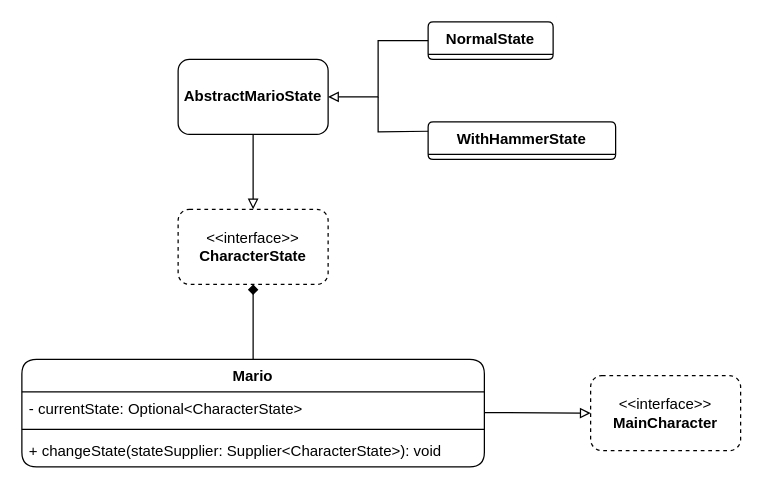
Before: report/drawio/MarioState.drawio in unibo-oop-projects/OOP24-AlessandroRebosio-FilippoRicciotti-Grace-GraziaBochdanovits-RenovateBot-coffeBreak, a draw.io diagram. Source tidied: cells renumbered, new cells numbered last; positions are measured from the earlier drawing's top-left corner, leaving out a move shared by most shapes. Both pictures are drawn from the tidied source at 125%, with x=0, y=0 at pixel (21, 21).
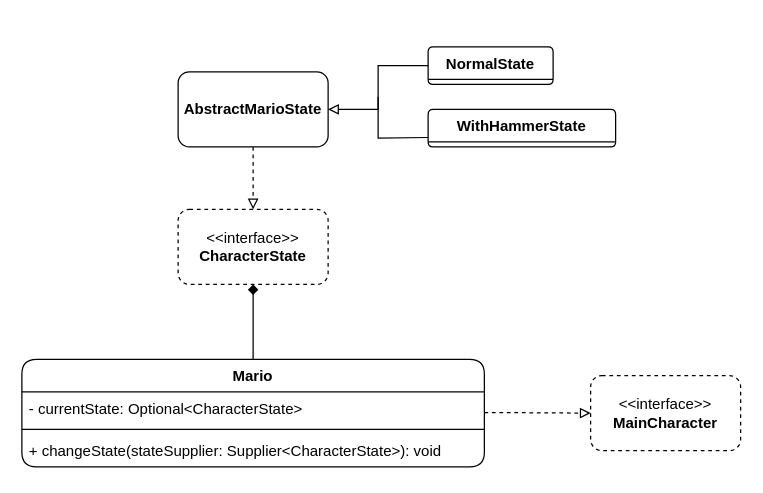
After the change.

What changed in the source:
```diff
@@
 <mxGraphModel>
   <root>
     <mxCell id="0" />
     <mxCell id="1" parent="0" />
     <mxCell id="2" value="&amp;lt;&amp;lt;interface&amp;gt;&amp;gt;&lt;div&gt;&lt;b&gt;CharacterState&lt;/b&gt;&lt;/div&gt;" style="rounded=1;whiteSpace=wrap;html=1;dashed=1;" parent="1" vertex="1">
       <mxGeometry x="125" y="150" width="120" height="60" as="geometry" />
     </mxCell>
     <mxCell id="3" value="&amp;lt;&amp;lt;interface&amp;gt;&amp;gt;&lt;div&gt;&lt;b&gt;MainCharacter&lt;/b&gt;&lt;/div&gt;" style="rounded=1;whiteSpace=wrap;html=1;dashed=1;" parent="1" vertex="1">
       <mxGeometry x="455" y="283" width="120" height="60" as="geometry" />
     </mxCell>
     <mxCell id="4" value="WithHammerState" style="swimlane;fontStyle=1;align=center;verticalAlign=top;horizontal=1;startSize=26;whiteSpace=wrap;html=1;rounded=1;" parent="1" vertex="1">
-      <mxGeometry x="325" y="80" width="150" height="30" as="geometry" />
+      <mxGeometry x="325" y="70" width="150" height="30" as="geometry" />
     </mxCell>
     <mxCell id="5" value="Mario" style="swimlane;fontStyle=1;align=center;verticalAlign=top;horizontal=1;startSize=26;whiteSpace=wrap;html=1;rounded=1;" parent="1" vertex="1">
       <mxGeometry y="270" width="370" height="86" as="geometry" />
     </mxCell>
     <mxCell id="6" value="- currentState: Optional&amp;lt;CharacterState&amp;gt;" style="text;strokeColor=none;fillColor=none;align=left;verticalAlign=top;spacingLeft=4;spacingRight=4;overflow=hidden;whiteSpace=wrap;html=1;" parent="5" vertex="1">
       <mxGeometry y="26" width="370" height="26" as="geometry" />
     </mxCell>
     <mxCell id="7" style="line;strokeWidth=1;fillColor=none;align=left;verticalAlign=middle;spacingTop=-1;spacingLeft=3;spacingRight=3;labelPosition=right;strokeColor=inherit;" parent="5" vertex="1">
       <mxGeometry y="52" width="370" height="8" as="geometry" />
     </mxCell>
     <mxCell id="8" value="+ changeState(stateSupplier: Supplier&amp;lt;CharacterState&amp;gt;): void" style="text;strokeColor=none;fillColor=none;align=left;verticalAlign=top;spacingLeft=4;spacingRight=4;overflow=hidden;whiteSpace=wrap;html=1;" parent="5" vertex="1">
       <mxGeometry y="60" width="370" height="26" as="geometry" />
     </mxCell>
     <mxCell id="9" value="&lt;b&gt;AbstractMarioState&lt;/b&gt;" style="html=1;whiteSpace=wrap;rounded=1;" parent="1" vertex="1">
-      <mxGeometry x="125" y="30" width="120" height="60" as="geometry" />
+      <mxGeometry x="125" y="40" width="120" height="60" as="geometry" />
     </mxCell>
     <mxCell id="10" value="NormalState" style="swimlane;fontStyle=1;align=center;verticalAlign=top;horizontal=1;startSize=26;whiteSpace=wrap;html=1;rounded=1;" parent="1" vertex="1">
-      <mxGeometry x="325" width="100" height="30" as="geometry" />
+      <mxGeometry x="325" y="20" width="100" height="30" as="geometry" />
     </mxCell>
-    <mxCell id="11" style="endArrow=block;html=1;rounded=0;endFill=0;entryX=0;entryY=0.5;entryDx=0;entryDy=0;" parent="1" edge="1" target="3">
+    <mxCell id="11" style="endArrow=block;html=1;rounded=0;endFill=0;entryX=0;entryY=0.5;entryDx=0;entryDy=0;dashed=1;" parent="1" edge="1" target="3">
       <mxGeometry relative="1" as="geometry">
         <mxPoint x="370" y="312.5" as="sourcePoint" />
       </mxGeometry>
     </mxCell>
-    <mxCell id="12" style="endArrow=block;html=1;rounded=0;exitX=0.5;exitY=1;exitDx=0;exitDy=0;entryX=0.5;entryY=0;entryDx=0;entryDy=0;endFill=0;" parent="1" edge="1" source="9" target="2">
+    <mxCell id="12" style="endArrow=block;html=1;rounded=0;exitX=0.5;exitY=1;exitDx=0;exitDy=0;entryX=0.5;entryY=0;entryDx=0;entryDy=0;endFill=0;dashed=1;" parent="1" edge="1" source="9" target="2">
       <mxGeometry relative="1" as="geometry" />
     </mxCell>
     <mxCell id="13" style="endArrow=diamond;html=1;rounded=0;exitX=0.5;exitY=0;exitDx=0;exitDy=0;entryX=0.5;entryY=1;entryDx=0;entryDy=0;endFill=1;" parent="1" edge="1" source="5" target="2">
       <mxGeometry relative="1" as="geometry" />
     </mxCell>
     <mxCell id="14" style="endArrow=block;html=1;rounded=0;exitX=0;exitY=0.5;exitDx=0;exitDy=0;entryX=1;entryY=0.5;entryDx=0;entryDy=0;endFill=0;" parent="1" edge="1" source="10" target="9">
       <mxGeometry relative="1" as="geometry">
         <Array as="points">
-          <mxPoint x="285" y="15" />
-          <mxPoint x="285" y="60" />
+          <mxPoint x="285" y="35" />
+          <mxPoint x="285" y="70" />
         </Array>
       </mxGeometry>
     </mxCell>
-    <mxCell id="15" style="endArrow=none;html=1;rounded=0;entryX=0;entryY=0.25;entryDx=0;entryDy=0;" parent="1" edge="1" target="4">
+    <mxCell id="15" style="endArrow=none;html=1;rounded=0;entryX=0;entryY=0.75;entryDx=0;entryDy=0;" parent="1" edge="1" target="4">
       <mxGeometry relative="1" as="geometry">
         <mxPoint x="285" y="60" as="sourcePoint" />
         <Array as="points">
-          <mxPoint x="285" y="88" />
+          <mxPoint x="285" y="93" />
         </Array>
       </mxGeometry>
     </mxCell>
   </root>
 </mxGraphModel>
```
